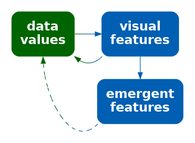
Earlier version of the Graphviz export Diagrams/data-vis-vis-decode.png (pmur002/hdvw). Its source is kept beside it as Diagrams/data-vis-vis-decode.dot.
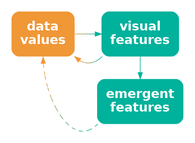
The same diagram one commit later.

What changed in the source:
```diff
@@ -1,14 +1,14 @@
 digraph {
   graph [ rankdir=LR; margin=.2; nodesep=.5 ];
   node [ fontsize=20; fontname="sans bold"; margin=.2 ];
-  data [ label="data\nvalues"; shape=box; style="filled, rounded"; penwidth=0; fontcolor=white; fillcolor="#006400" ]
+  data [ label="data\nvalues"; shape=box; style="filled, rounded"; penwidth=0; fontcolor=white; fillcolor="#F09736" ]
   vis [ label="visual\nfeatures"; shape=box;
-     style="filled, rounded"; penwidth=0; fontcolor=white; fillcolor="#005FB2" ]
+     style="filled, rounded"; penwidth=0; fontcolor=white; fillcolor="#00B19B" ]
   add [ label="emergent\nfeatures"; shape=box;
-     style="filled, rounded"; penwidth=0; fontcolor=white; fillcolor="#005FB2" ]
-  data -> vis [ color="#006400;0.1:#006314;0.1:#006328;0.1:#00623B;0.1:#00624F;0.1:#006163;0.1:#006177;0.1:#00608A;0.1:#00609E;0.1:#005FB2;0.1" ]
-  vis -> add [ color="#005FB2" ]
-  vis:sw -> data:se [ style="dashed", color="#005FB2;0.1:#00609E;0.1:#00608A;0.1:#006177;0.1:#006163;0.1:#00624F;0.1:#00623B;0.1:#006328;0.1:#006314;0.1:#006400;0.1" ]
-  add:sw -> data:s [ style="dashed", color="#005FB2;0.1:#00609E;0.1:#00608A;0.1:#006177;0.1:#006163;0.1:#00624F;0.1:#00623B;0.1:#006328;0.1:#006314;0.1:#006400;0.1" ]
+     style="filled, rounded"; penwidth=0; fontcolor=white; fillcolor="#00B19B" ]
+  data -> vis [ color="#F09736;0.1:#D59A41;0.1:#BB9D4C;0.1:#A0A058;0.1:#85A363;0.1:#6BA56E;0.1:#50A879;0.1:#35AB85;0.1:#1BAE90;0.1:#00B19B;0.1" ]
+  vis -> add [ color="#00B19B" ]
+  vis:sw -> data:se [ style="dashed", color="#00B19B;0.1:#1BAE90;0.1:#35AB85;0.1:#50A879;0.1:#6BA56E;0.1:#85A363;0.1:#A0A058;0.1:#BB9D4C;0.1:#D59A41;0.1:#F09736;0.1" ]
+  add:sw -> data:s [ style="dashed", color="#00B19B;0.1:#1BAE90;0.1:#35AB85;0.1:#50A879;0.1:#6BA56E;0.1:#85A363;0.1:#A0A058;0.1:#BB9D4C;0.1:#D59A41;0.1:#F09736;0.1" ]
 { rank=same; vis, add }
 }
```
